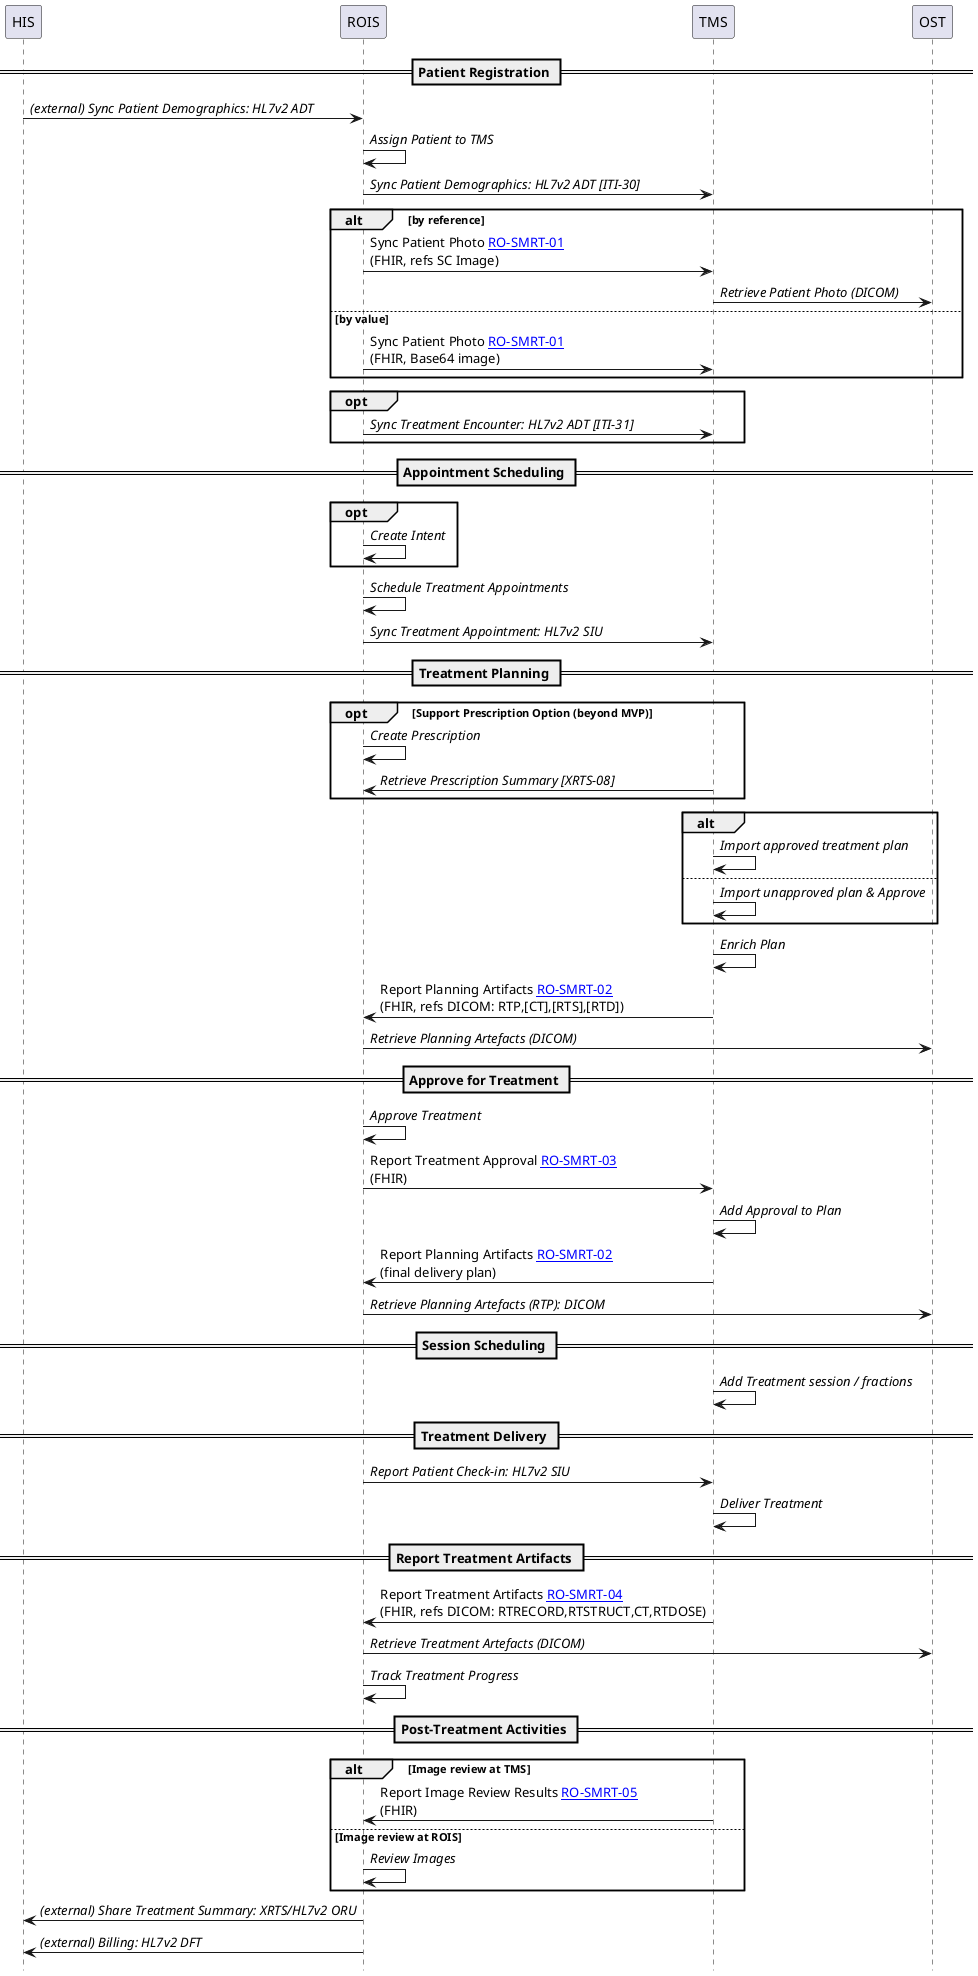
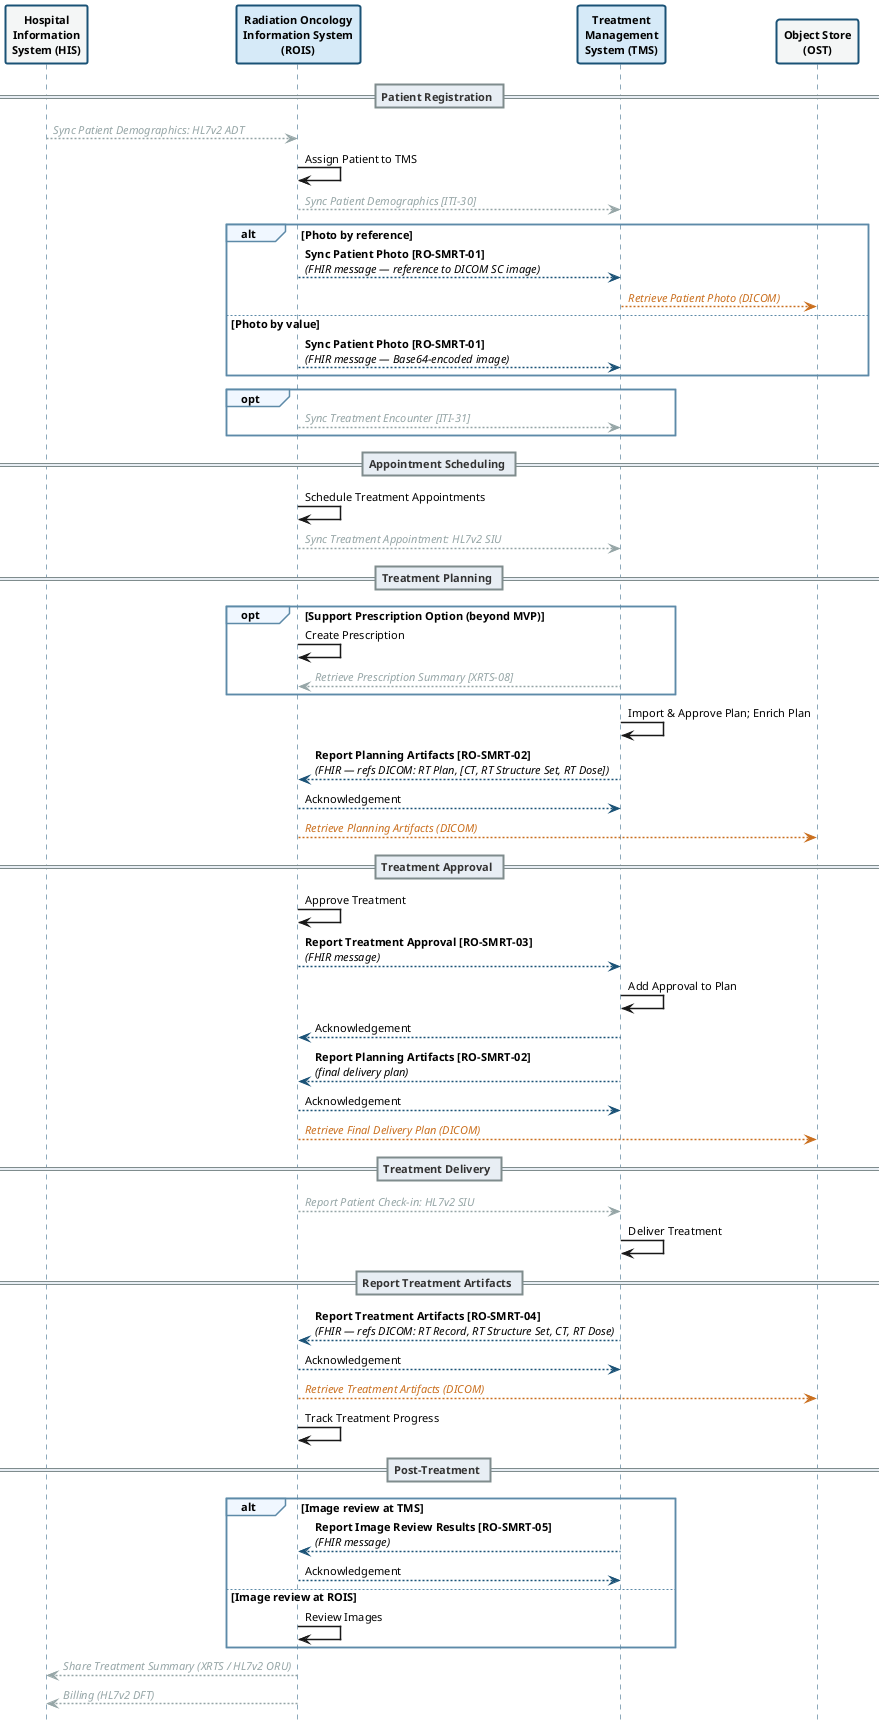
@startuml
skinparam svgDimensionStyle true
hide footbox
+ skinparam defaultFontName Arial
+ skinparam defaultFontSize 11
+ skinparam sequenceArrowThickness 1.5
+ skinparam sequenceParticipantBorderThickness 2

- participant "HIS" as HIS
- participant "ROIS" as ROIS
- participant "TMS" as TMS
- participant "OST" as OST
+ skinparam participant {
+   BackgroundColor #D6EAF8
+   BorderColor #1A5276
+   FontStyle bold
+ }
+ skinparam sequence {
+   LifeLineBorderColor #1A5276
+   LifeLineBackgroundColor #EBF5FB
+   DividerBackgroundColor #E8EEF4
+   DividerBorderColor #7F8C8D
+   DividerFontStyle bold
+   DividerFontColor #333333
+   GroupBackgroundColor #F0F7FF
+   GroupBorderColor #5D8AA8
+ }
+ skinparam note {
+   BackgroundColor #FDFEFE
+   BorderColor #BFC9CA
+   FontSize 10
+ }
+ 
+ participant "Hospital\nInformation\nSystem (HIS)" as HIS #F4F6F6
+ participant "Radiation Oncology\nInformation System\n(ROIS)" as ROIS
+ participant "Treatment\nManagement\nSystem (TMS)" as TMS
+ participant "Object Store\n(OST)" as OST #F4F6F6

== Patient Registration ==
- HIS -> ROIS : //(external) Sync Patient Demographics: HL7v2 ADT//
- ROIS -> ROIS : //Assign Patient to TMS//
- ROIS -> TMS : //Sync Patient Demographics: HL7v2 ADT [ITI-30]//
- alt by reference
-   ROIS -> TMS : Sync Patient Photo [[RO-SMRT-01.html RO-SMRT-01]]\n(FHIR, refs SC Image)
-   TMS -> OST : //Retrieve Patient Photo (DICOM)//
- else by value
-   ROIS -> TMS : Sync Patient Photo [[RO-SMRT-01.html RO-SMRT-01]]\n(FHIR, Base64 image)
+ HIS -[#95A5A6]-> ROIS : <i><color:#95A5A6>Sync Patient Demographics: HL7v2 ADT</color></i>
+ ROIS -> ROIS : Assign Patient to TMS
+ ROIS -[#95A5A6]-> TMS : <i><color:#95A5A6>Sync Patient Demographics [ITI-30]</color></i>
+ alt Photo by reference
+   ROIS -[#1A5276]-> TMS : **Sync Patient Photo [RO-SMRT-01]**\n<i>(FHIR message — reference to DICOM SC image)</i>
+   TMS -[#CA6F1E]-> OST : <i><color:#CA6F1E>Retrieve Patient Photo (DICOM)</color></i>
+ else Photo by value
+   ROIS -[#1A5276]-> TMS : **Sync Patient Photo [RO-SMRT-01]**\n<i>(FHIR message — Base64-encoded image)</i>
end
opt
-   ROIS -> TMS : //Sync Treatment Encounter: HL7v2 ADT [ITI-31]//
+   ROIS -[#95A5A6]-> TMS : <i><color:#95A5A6>Sync Treatment Encounter [ITI-31]</color></i>
end

== Appointment Scheduling ==
- opt
-   ROIS -> ROIS : //Create Intent//
- end
- ROIS -> ROIS : //Schedule Treatment Appointments//
- ROIS -> TMS : //Sync Treatment Appointment: HL7v2 SIU//
+ ROIS -> ROIS : Schedule Treatment Appointments
+ ROIS -[#95A5A6]-> TMS : <i><color:#95A5A6>Sync Treatment Appointment: HL7v2 SIU</color></i>

== Treatment Planning ==
opt Support Prescription Option (beyond MVP)
-   ROIS -> ROIS : //Create Prescription//
-   TMS -> ROIS : //Retrieve Prescription Summary [XRTS-08]//
+   ROIS -> ROIS : Create Prescription
+   TMS -[#95A5A6]-> ROIS : <i><color:#95A5A6>Retrieve Prescription Summary [XRTS-08]</color></i>
end
- alt
-   TMS -> TMS : //Import approved treatment plan//
- else
-   TMS -> TMS : //Import unapproved plan & Approve//
- end
- TMS -> TMS : //Enrich Plan//
- TMS -> ROIS : Report Planning Artifacts [[RO-SMRT-02.html RO-SMRT-02]]\n(FHIR, refs DICOM: RTP,[CT],[RTS],[RTD])
- ROIS -> OST : //Retrieve Planning Artefacts (DICOM)//
+ TMS -> TMS : Import & Approve Plan; Enrich Plan
+ TMS -[#1A5276]-> ROIS : **Report Planning Artifacts [RO-SMRT-02]**\n<i>(FHIR — refs DICOM: RT Plan, [CT, RT Structure Set, RT Dose])</i>
+ ROIS --[#1A5276]--> TMS : Acknowledgement
+ ROIS -[#CA6F1E]-> OST : <i><color:#CA6F1E>Retrieve Planning Artifacts (DICOM)</color></i>

- == Approve for Treatment ==
- ROIS -> ROIS : //Approve Treatment//
- ROIS -> TMS : Report Treatment Approval [[RO-SMRT-03.html RO-SMRT-03]]\n(FHIR)
- TMS -> TMS : //Add Approval to Plan//
- TMS -> ROIS : Report Planning Artifacts [[RO-SMRT-02.html RO-SMRT-02]]\n(final delivery plan)
- ROIS -> OST : //Retrieve Planning Artefacts (RTP): DICOM//
- 
- == Session Scheduling ==
- TMS -> TMS : //Add Treatment session / fractions//
+ == Treatment Approval ==
+ ROIS -> ROIS : Approve Treatment
+ ROIS -[#1A5276]-> TMS : **Report Treatment Approval [RO-SMRT-03]**\n<i>(FHIR message)</i>
+ TMS -> TMS : Add Approval to Plan
+ TMS --[#1A5276]--> ROIS : Acknowledgement
+ TMS -[#1A5276]-> ROIS : **Report Planning Artifacts [RO-SMRT-02]**\n<i>(final delivery plan)</i>
+ ROIS --[#1A5276]--> TMS : Acknowledgement
+ ROIS -[#CA6F1E]-> OST : <i><color:#CA6F1E>Retrieve Final Delivery Plan (DICOM)</color></i>

== Treatment Delivery ==
- ROIS -> TMS : //Report Patient Check-in: HL7v2 SIU//
- TMS -> TMS : //Deliver Treatment//
+ ROIS -[#95A5A6]-> TMS : <i><color:#95A5A6>Report Patient Check-in: HL7v2 SIU</color></i>
+ TMS -> TMS : Deliver Treatment

== Report Treatment Artifacts ==
- TMS -> ROIS : Report Treatment Artifacts [[RO-SMRT-04.html RO-SMRT-04]]\n(FHIR, refs DICOM: RTRECORD,RTSTRUCT,CT,RTDOSE)
- ROIS -> OST : //Retrieve Treatment Artefacts (DICOM)//
- ROIS -> ROIS : //Track Treatment Progress//
+ TMS -[#1A5276]-> ROIS : **Report Treatment Artifacts [RO-SMRT-04]**\n<i>(FHIR — refs DICOM: RT Record, RT Structure Set, CT, RT Dose)</i>
+ ROIS --[#1A5276]--> TMS : Acknowledgement
+ ROIS -[#CA6F1E]-> OST : <i><color:#CA6F1E>Retrieve Treatment Artifacts (DICOM)</color></i>
+ ROIS -> ROIS : Track Treatment Progress

- == Post-Treatment Activities ==
+ == Post-Treatment ==
alt Image review at TMS
-   TMS -> ROIS : Report Image Review Results [[RO-SMRT-05.html RO-SMRT-05]]\n(FHIR)
+   TMS -[#1A5276]-> ROIS : **Report Image Review Results [RO-SMRT-05]**\n<i>(FHIR message)</i>
+   ROIS --[#1A5276]--> TMS : Acknowledgement
else Image review at ROIS
-   ROIS -> ROIS : //Review Images//
+   ROIS -> ROIS : Review Images
end
- ROIS -> HIS : //(external) Share Treatment Summary: XRTS/HL7v2 ORU//
- ROIS -> HIS : //(external) Billing: HL7v2 DFT//
+ ROIS -[#95A5A6]-> HIS : <i><color:#95A5A6>Share Treatment Summary (XRTS / HL7v2 ORU)</color></i>
+ ROIS -[#95A5A6]-> HIS : <i><color:#95A5A6>Billing (HL7v2 DFT)</color></i>
@enduml
